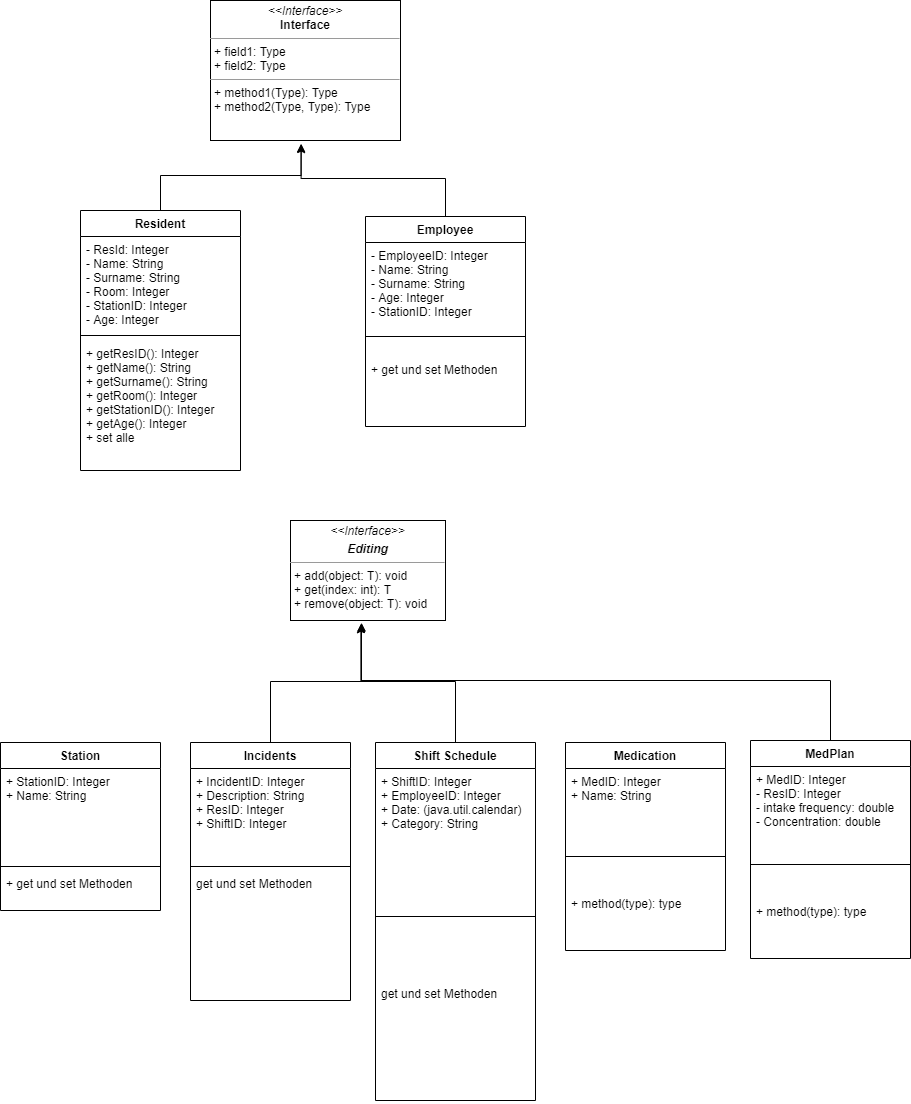
Before: Vererbungsdiagramm.png, a diagram exported from draw.io (JakobGassauer/ATdIT_Group1). Source tidied: cells renumbered, new cells last; positions are measured from the earlier drawing's top-left corner, leaving out a move shared by most shapes.
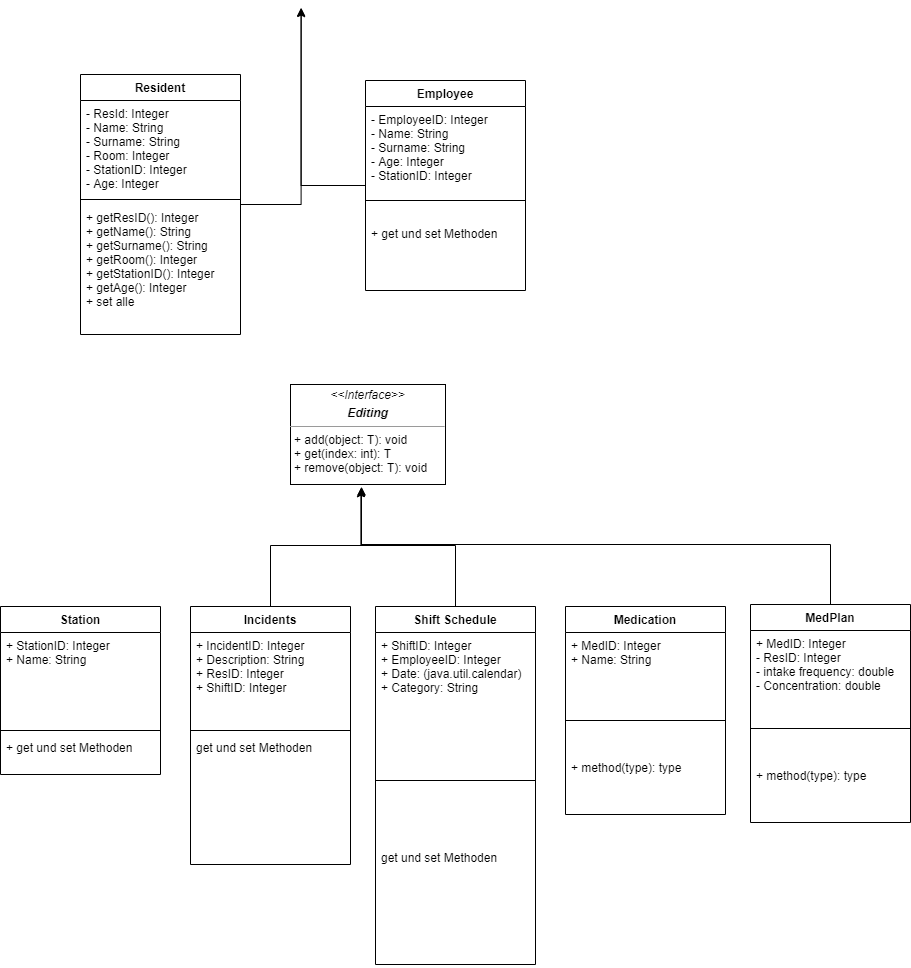
Later version of the same file.

Change to the diagram source:
```diff
@@ -2,8 +2,10 @@
   <root>
     <mxCell id="0" />
     <mxCell id="1" parent="0" />
-    <mxCell id="2" style="edgeStyle=orthogonalEdgeStyle;rounded=0;jettySize=auto;html=1;entryX=0.477;entryY=1.029;entryDx=0;entryDy=0;entryPerimeter=0;" parent="1" edge="1" source="3" target="36">
-      <mxGeometry relative="1" as="geometry" />
+    <mxCell id="2" style="edgeStyle=orthogonalEdgeStyle;rounded=0;jettySize=auto;html=1;entryX=0.477;entryY=1.029;entryDx=0;entryDy=0;entryPerimeter=0;" parent="1" edge="1" source="3">
+      <mxGeometry relative="1" as="geometry">
+        <mxPoint x="300.6" y="144.1" as="targetPoint" />
+      </mxGeometry>
     </mxCell>
     <mxCell id="3" value="Employee" style="swimlane;fontStyle=1;align=center;verticalAlign=top;horizontal=1;startSize=26;" parent="1" vertex="1">
       <mxGeometry x="365" y="216" width="160" height="210" as="geometry" />
@@ -71,8 +73,10 @@
     <mxCell id="24" value="+ get und set Methoden" style="text;strokeColor=none;fillColor=none;align=left;verticalAlign=top;spacingLeft=4;spacingRight=4;overflow=hidden;" parent="21" vertex="1">
       <mxGeometry y="128" width="160" height="40" as="geometry" />
     </mxCell>
-    <mxCell id="25" style="edgeStyle=orthogonalEdgeStyle;rounded=0;jettySize=auto;html=1;entryX=0.477;entryY=1.023;entryDx=0;entryDy=0;entryPerimeter=0;" parent="1" edge="1" source="26" target="36">
-      <mxGeometry relative="1" as="geometry" />
+    <mxCell id="25" style="edgeStyle=orthogonalEdgeStyle;rounded=0;jettySize=auto;html=1;entryX=0.477;entryY=1.023;entryDx=0;entryDy=0;entryPerimeter=0;" parent="1" edge="1" source="26">
+      <mxGeometry relative="1" as="geometry">
+        <mxPoint x="300.6" y="143.2" as="targetPoint" />
+      </mxGeometry>
     </mxCell>
     <mxCell id="26" value="Resident" style="swimlane;fontStyle=1;align=center;verticalAlign=top;horizontal=1;startSize=26;" parent="1" vertex="1">
       <mxGeometry x="80" y="210" width="160" height="260" as="geometry" />
@@ -109,8 +113,5 @@
     <mxCell id="35" value="+ method(type): type" style="text;strokeColor=none;fillColor=none;align=left;verticalAlign=top;spacingLeft=4;spacingRight=4;overflow=hidden;" parent="32" vertex="1">
       <mxGeometry y="158" width="160" height="60" as="geometry" />
     </mxCell>
-    <mxCell id="36" value="&lt;p style=&quot;margin:0px;margin-top:4px;text-align:center;&quot;&gt;&lt;i&gt;&amp;lt;&amp;lt;Interface&amp;gt;&amp;gt;&lt;/i&gt;&lt;br/&gt;&lt;b&gt;Interface&lt;/b&gt;&lt;/p&gt;&lt;hr size=&quot;1&quot;/&gt;&lt;p style=&quot;margin:0px;margin-left:4px;&quot;&gt;+ field1: Type&lt;br/&gt;+ field2: Type&lt;/p&gt;&lt;hr size=&quot;1&quot;/&gt;&lt;p style=&quot;margin:0px;margin-left:4px;&quot;&gt;+ method1(Type): Type&lt;br/&gt;+ method2(Type, Type): Type&lt;/p&gt;" style="verticalAlign=top;align=left;overflow=fill;fontSize=12;fontFamily=Helvetica;html=1;" parent="1" vertex="1">
-      <mxGeometry x="210" width="190" height="140" as="geometry" />
-    </mxCell>
   </root>
 </mxGraphModel>
```
